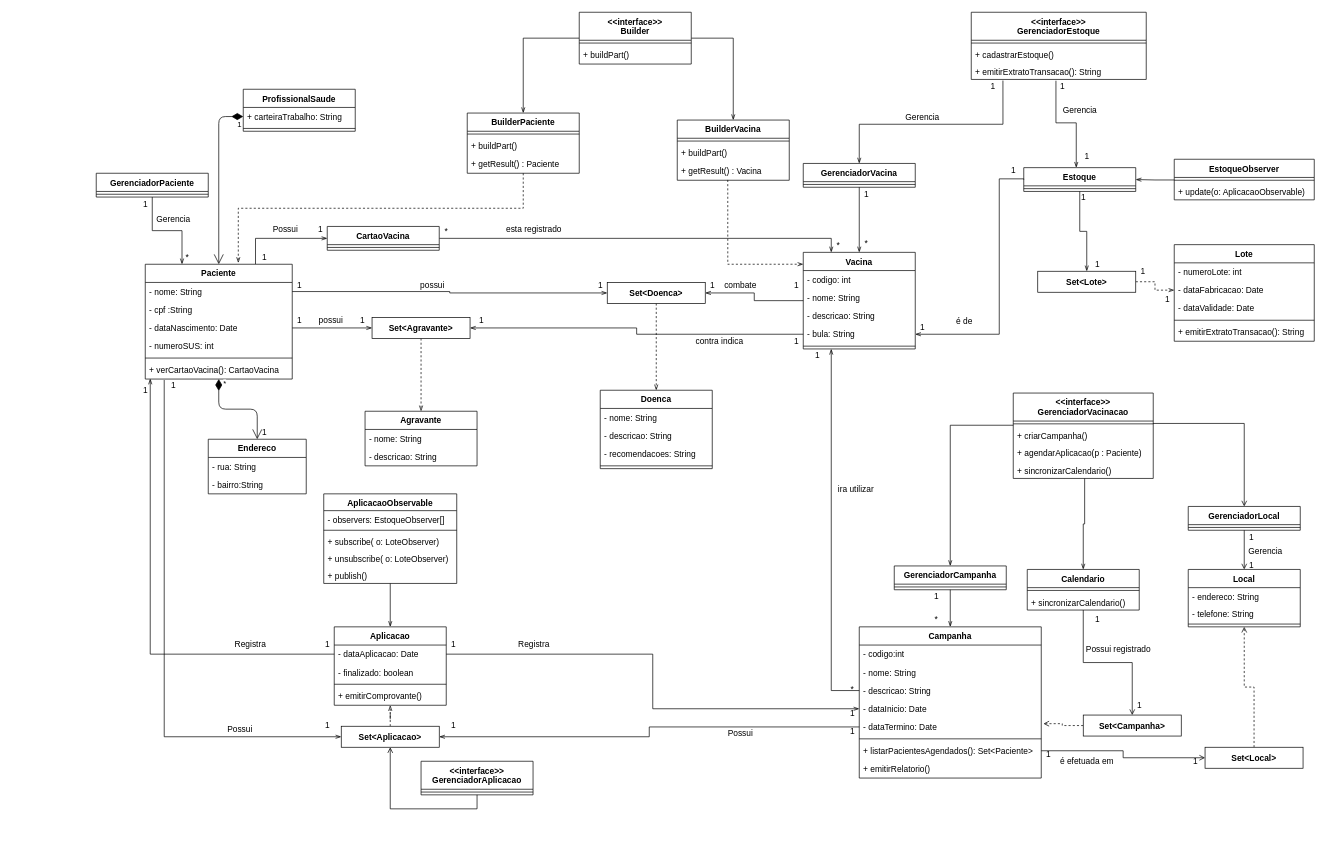
Numb4r/DiviVac keeps this draw.io diagram as doc/classesdeprojeto.drawio. Above is the earlier version. Source tidied: cells renumbered, new cells numbered last; positions are measured from the earlier drawing's top-left corner, leaving out a move shared by most shapes. Both pictures are drawn from the tidied source at 70%, with x=0, y=0 at pixel (96, 12).
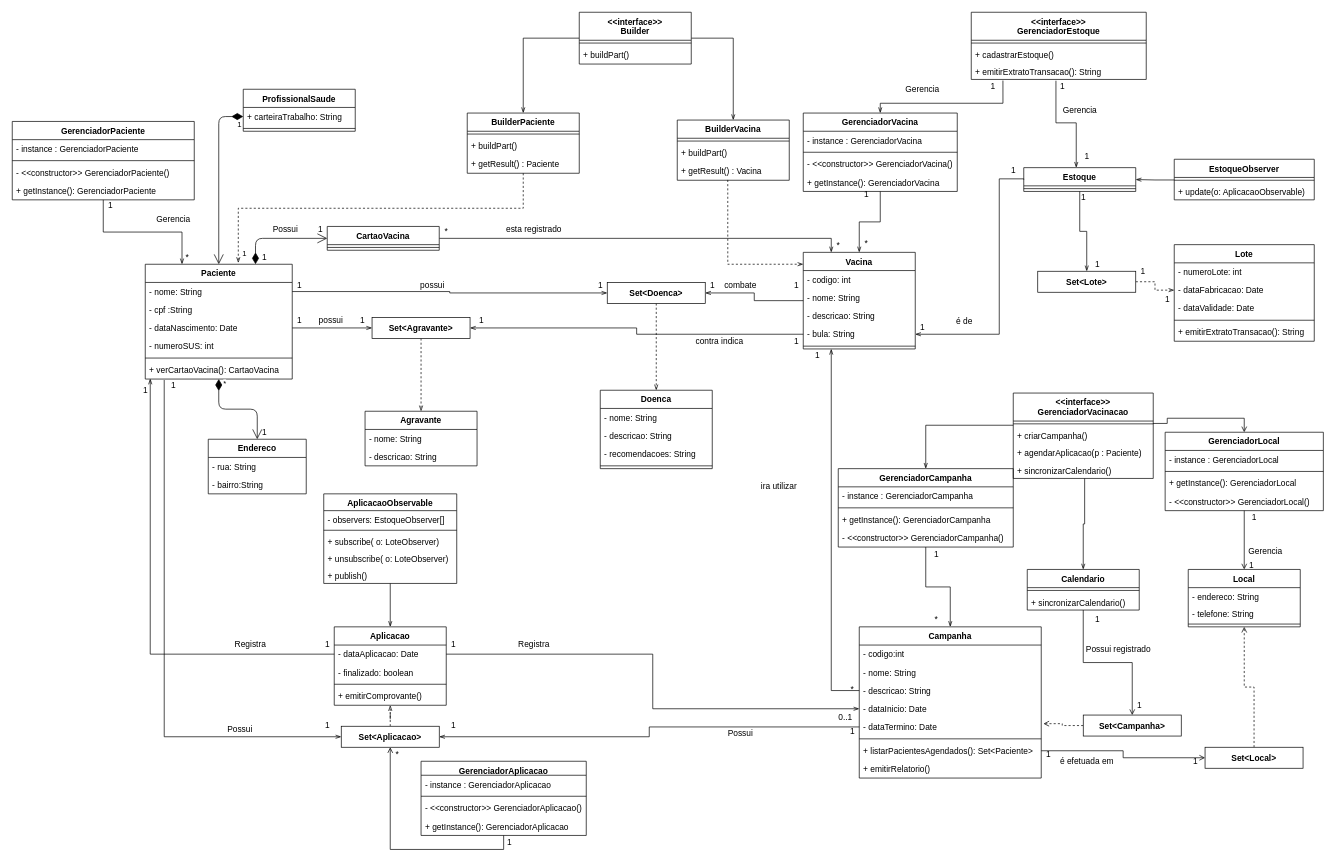
The same page after the edit.

Commit message (it also covers changes not shown here):
ajeitado classes de gerenciamento para se comportarem como singletons

The change refers to these unchanged cells:
```xml
<mxCell id="4" value="Paciente" style="swimlane;fontStyle=1;align=center;verticalAlign=top;horizontal=1;startSize=26;" parent="1" vertex="1">
  <mxGeometry x="70" y="360" width="210" height="164" as="geometry" />
</mxCell>
<mxCell id="59" value="CartaoVacina" style="swimlane;fontStyle=1;align=center;verticalAlign=top;horizontal=1;startSize=26;" parent="1" vertex="1">
  <mxGeometry x="330" y="306" width="160" height="34" as="geometry" />
</mxCell>
<mxCell id="101" value="+ emitirExtratoTransacao(): String" style="text;strokeColor=none;fillColor=none;align=left;verticalAlign=top;spacingLeft=4;spacingRight=4;overflow=hidden;points=[[0,0.5],[1,0.5]];portConstraint=eastwest;" parent="98" vertex="1">
  <mxGeometry y="72" width="250" height="24" as="geometry" />
</mxCell>
```

Change to the diagram source:
```diff
@@
-    <mxCell id="2" style="edgeStyle=orthogonalEdgeStyle;rounded=0;jettySize=auto;html=1;exitX=0.75;exitY=0;exitDx=0;exitDy=0;entryX=0;entryY=0.5;entryDx=0;entryDy=0;endArrow=openThin;endFill=0;" parent="1" edge="1" source="4" target="59">
-      <mxGeometry relative="1" as="geometry" />
-    </mxCell>
@@
     <mxCell id="42" value="GerenciadorPaciente" style="swimlane;fontStyle=1;align=center;verticalAlign=top;horizontal=1;startSize=26;" parent="1" vertex="1">
-      <mxGeometry y="230" width="160" height="34" as="geometry" />
+      <mxGeometry x="-120" y="156" width="260" height="112" as="geometry" />
     </mxCell>
+    <mxCell id="206" value="- instance : GerenciadorPaciente" style="text;strokeColor=none;fillColor=none;align=left;verticalAlign=top;spacingLeft=4;spacingRight=4;overflow=hidden;" parent="42" vertex="1">
+      <mxGeometry y="26" width="260" height="26" as="geometry" />
+    </mxCell>
     <mxCell id="43" style="line;strokeWidth=1;fillColor=none;align=left;verticalAlign=middle;spacingTop=-1;spacingLeft=3;spacingRight=3;labelPosition=right;" parent="42" vertex="1">
-      <mxGeometry y="26" width="160" height="8" as="geometry" />
+      <mxGeometry y="52" width="260" height="8" as="geometry" />
     </mxCell>
+    <mxCell id="207" value="- &lt;&lt;constructor&gt;&gt; GerenciadorPaciente()" style="text;strokeColor=none;fillColor=none;align=left;verticalAlign=top;spacingLeft=4;spacingRight=4;overflow=hidden;" parent="42" vertex="1">
+      <mxGeometry y="60" width="260" height="26" as="geometry" />
+    </mxCell>
+    <mxCell id="208" value="+ getInstance(): GerenciadorPaciente" style="text;strokeColor=none;fillColor=none;align=left;verticalAlign=top;spacingLeft=4;spacingRight=4;overflow=hidden;" parent="42" vertex="1">
+      <mxGeometry y="86" width="260" height="26" as="geometry" />
+    </mxCell>
@@
     <mxCell id="45" value="1" style="text;html=1;align=center;verticalAlign=middle;strokeColor=none;" parent="1" vertex="1">
-      <mxGeometry x="60" y="264" width="20" height="20" as="geometry" />
+      <mxGeometry x="10" y="266" width="20" height="20" as="geometry" />
     </mxCell>
@@
     <mxCell id="47" value="GerenciadorVacina" style="swimlane;fontStyle=1;align=center;verticalAlign=top;horizontal=1;startSize=26;" parent="1" vertex="1">
-      <mxGeometry x="1010" y="216" width="160" height="34" as="geometry" />
+      <mxGeometry x="1010" y="144" width="220" height="112" as="geometry" />
     </mxCell>
+    <mxCell id="209" value="- instance : GerenciadorVacina" style="text;strokeColor=none;fillColor=none;align=left;verticalAlign=top;spacingLeft=4;spacingRight=4;overflow=hidden;" parent="47" vertex="1">
+      <mxGeometry y="26" width="220" height="26" as="geometry" />
+    </mxCell>
     <mxCell id="48" style="line;strokeWidth=1;fillColor=none;align=left;verticalAlign=middle;spacingTop=-1;spacingLeft=3;spacingRight=3;labelPosition=right;" parent="47" vertex="1">
-      <mxGeometry y="26" width="160" height="8" as="geometry" />
+      <mxGeometry y="52" width="220" height="8" as="geometry" />
     </mxCell>
+    <mxCell id="210" value="- &lt;&lt;constructor&gt;&gt; GerenciadorVacina()" style="text;strokeColor=none;fillColor=none;align=left;verticalAlign=top;spacingLeft=4;spacingRight=4;overflow=hidden;" parent="47" vertex="1">
+      <mxGeometry y="60" width="220" height="26" as="geometry" />
+    </mxCell>
+    <mxCell id="211" value="+ getInstance(): GerenciadorVacina" style="text;strokeColor=none;fillColor=none;align=left;verticalAlign=top;spacingLeft=4;spacingRight=4;overflow=hidden;" parent="47" vertex="1">
+      <mxGeometry y="86" width="220" height="26" as="geometry" />
+    </mxCell>
@@
     <mxCell id="87" value="GerenciadorCampanha" style="swimlane;fontStyle=1;align=center;verticalAlign=top;horizontal=1;startSize=26;" parent="1" vertex="1">
-      <mxGeometry x="1140" y="791" width="160" height="34" as="geometry" />
+      <mxGeometry x="1060" y="652" width="250" height="112" as="geometry" />
     </mxCell>
+    <mxCell id="212" value="- instance : GerenciadorCampanha" style="text;strokeColor=none;fillColor=none;align=left;verticalAlign=top;spacingLeft=4;spacingRight=4;overflow=hidden;" parent="87" vertex="1">
+      <mxGeometry y="26" width="250" height="26" as="geometry" />
+    </mxCell>
     <mxCell id="88" style="line;strokeWidth=1;fillColor=none;align=left;verticalAlign=middle;spacingTop=-1;spacingLeft=3;spacingRight=3;labelPosition=right;" parent="87" vertex="1">
-      <mxGeometry y="26" width="160" height="8" as="geometry" />
+      <mxGeometry y="52" width="250" height="8" as="geometry" />
     </mxCell>
+    <mxCell id="213" value="+ getInstance(): GerenciadorCampanha" style="text;strokeColor=none;fillColor=none;align=left;verticalAlign=top;spacingLeft=4;spacingRight=4;overflow=hidden;" parent="87" vertex="1">
+      <mxGeometry y="60" width="250" height="26" as="geometry" />
+    </mxCell>
+    <mxCell id="214" value="- &lt;&lt;constructor&gt;&gt; GerenciadorCampanha()" style="text;strokeColor=none;fillColor=none;align=left;verticalAlign=top;spacingLeft=4;spacingRight=4;overflow=hidden;" parent="87" vertex="1">
+      <mxGeometry y="86" width="250" height="26" as="geometry" />
+    </mxCell>
@@
     <mxCell id="102" style="edgeStyle=orthogonalEdgeStyle;rounded=0;jettySize=auto;html=1;entryX=0.5;entryY=0;entryDx=0;entryDy=0;endArrow=openThin;endFill=0;exitX=0.181;exitY=1.065;exitDx=0;exitDy=0;exitPerimeter=0;" parent="1" edge="1" source="101" target="47">
       <mxGeometry relative="1" as="geometry">
         <Array as="points">
-          <mxPoint x="1295" y="160" />
-          <mxPoint x="1090" y="160" />
+          <mxPoint x="1295" y="130" />
+          <mxPoint x="1120" y="130" />
         </Array>
       </mxGeometry>
     </mxCell>
@@
-    <mxCell id="115" value="1" style="text;html=1;align=center;verticalAlign=middle;strokeColor=none;" parent="1" vertex="1">
-      <mxGeometry x="1070" y="992" width="20" height="20" as="geometry" />
+    <mxCell id="115" value="0..1" style="text;html=1;align=center;verticalAlign=middle;strokeColor=none;" parent="1" vertex="1">
+      <mxGeometry x="1050" y="997" width="40" height="20" as="geometry" />
     </mxCell>
@@
     <mxCell id="124" value="1" style="text;html=1;align=center;verticalAlign=middle;strokeColor=none;" parent="1" vertex="1">
-      <mxGeometry x="1190" y="825" width="20" height="20" as="geometry" />
+      <mxGeometry x="1190" y="764" width="20" height="20" as="geometry" />
     </mxCell>
@@
     <mxCell id="143" value="GerenciadorLocal" style="swimlane;fontStyle=1;align=center;verticalAlign=top;horizontal=1;startSize=26;" parent="1" vertex="1">
-      <mxGeometry x="1560" y="706" width="160" height="34" as="geometry" />
+      <mxGeometry x="1527" y="600" width="226" height="112" as="geometry" />
     </mxCell>
+    <mxCell id="215" value="- instance : GerenciadorLocal" style="text;strokeColor=none;fillColor=none;align=left;verticalAlign=top;spacingLeft=4;spacingRight=4;overflow=hidden;" parent="143" vertex="1">
+      <mxGeometry y="26" width="226" height="26" as="geometry" />
+    </mxCell>
     <mxCell id="144" style="line;strokeWidth=1;fillColor=none;align=left;verticalAlign=middle;spacingTop=-1;spacingLeft=3;spacingRight=3;labelPosition=right;" parent="143" vertex="1">
-      <mxGeometry y="26" width="160" height="8" as="geometry" />
+      <mxGeometry y="52" width="226" height="8" as="geometry" />
     </mxCell>
+    <mxCell id="216" value="+ getInstance(): GerenciadorLocal" style="text;strokeColor=none;fillColor=none;align=left;verticalAlign=top;spacingLeft=4;spacingRight=4;overflow=hidden;" parent="143" vertex="1">
+      <mxGeometry y="60" width="226" height="26" as="geometry" />
+    </mxCell>
+    <mxCell id="217" value="- &lt;&lt;constructor&gt;&gt; GerenciadorLocal()" style="text;strokeColor=none;fillColor=none;align=left;verticalAlign=top;spacingLeft=4;spacingRight=4;overflow=hidden;" parent="143" vertex="1">
+      <mxGeometry y="86" width="226" height="26" as="geometry" />
+    </mxCell>
@@
     <mxCell id="151" value="1" style="text;html=1;align=center;verticalAlign=middle;strokeColor=none;" parent="1" vertex="1">
-      <mxGeometry x="1640" y="740" width="20" height="20" as="geometry" />
+      <mxGeometry x="1644" y="712" width="20" height="20" as="geometry" />
     </mxCell>
@@
     <mxCell id="153" value="ira utilizar" style="text;html=1;align=center;verticalAlign=middle;strokeColor=none;" parent="1" vertex="1">
-      <mxGeometry x="1050" y="672" width="70" height="20" as="geometry" />
+      <mxGeometry x="940" y="668" width="70" height="20" as="geometry" />
     </mxCell>
@@
-    <mxCell id="155" value="&lt;&lt;interface&gt;&gt;&#10;GerenciadorAplicacao" style="swimlane;fontStyle=1;align=center;verticalAlign=top;horizontal=1;startSize=40;" parent="1" vertex="1">
-      <mxGeometry x="464" y="1070" width="160" height="48" as="geometry" />
+    <mxCell id="155" value="GerenciadorAplicacao" style="swimlane;fontStyle=1;align=center;verticalAlign=top;horizontal=1;startSize=20;" parent="1" vertex="1">
+      <mxGeometry x="464" y="1070" width="236" height="106" as="geometry" />
     </mxCell>
+    <mxCell id="218" value="- instance : GerenciadorAplicacao" style="text;strokeColor=none;fillColor=none;align=left;verticalAlign=top;spacingLeft=4;spacingRight=4;overflow=hidden;" parent="155" vertex="1">
+      <mxGeometry y="20" width="236" height="26" as="geometry" />
+    </mxCell>
     <mxCell id="156" style="line;strokeWidth=1;fillColor=none;align=left;verticalAlign=middle;spacingTop=-1;spacingLeft=3;spacingRight=3;labelPosition=right;" parent="155" vertex="1">
-      <mxGeometry y="40" width="160" height="8" as="geometry" />
+      <mxGeometry y="46" width="236" height="8" as="geometry" />
     </mxCell>
+    <mxCell id="219" value="- &lt;&lt;constructor&gt;&gt; GerenciadorAplicacao()" style="text;strokeColor=none;fillColor=none;align=left;verticalAlign=top;spacingLeft=4;spacingRight=4;overflow=hidden;" parent="155" vertex="1">
+      <mxGeometry y="54" width="236" height="26" as="geometry" />
+    </mxCell>
+    <mxCell id="220" value="+ getInstance(): GerenciadorAplicacao" style="text;strokeColor=none;fillColor=none;align=left;verticalAlign=top;spacingLeft=4;spacingRight=4;overflow=hidden;" parent="155" vertex="1">
+      <mxGeometry y="80" width="236" height="26" as="geometry" />
+    </mxCell>
@@
     <mxCell id="190" value="Gerencia" style="text;html=1;align=center;verticalAlign=middle;strokeColor=none;" parent="1" vertex="1">
-      <mxGeometry x="1150" y="140" width="60" height="20" as="geometry" />
+      <mxGeometry x="1150" y="100" width="60" height="20" as="geometry" />
     </mxCell>
@@
+    <mxCell id="2" value="1" style="endArrow=open;html=1;endSize=12;startArrow=diamondThin;startSize=14;startFill=1;align=left;verticalAlign=bottom;exitX=0.75;exitY=0;exitDx=0;exitDy=0;entryX=0;entryY=0.5;entryDx=0;entryDy=0;edgeStyle=orthogonalEdgeStyle;" parent="1" edge="1" source="4" target="59">
+      <mxGeometry x="-0.92" y="21" relative="1" as="geometry" />
+    </mxCell>
+    <mxCell id="221" value="1" style="text;html=1;align=center;verticalAlign=middle;strokeColor=none;" parent="1" vertex="1">
+      <mxGeometry x="580" y="1176" width="20" height="20" as="geometry" />
+    </mxCell>
+    <mxCell id="222" value="*" style="text;html=1;align=center;verticalAlign=middle;strokeColor=none;" parent="1" vertex="1">
+      <mxGeometry x="420" y="1050" width="20" height="20" as="geometry" />
+    </mxCell>
```
